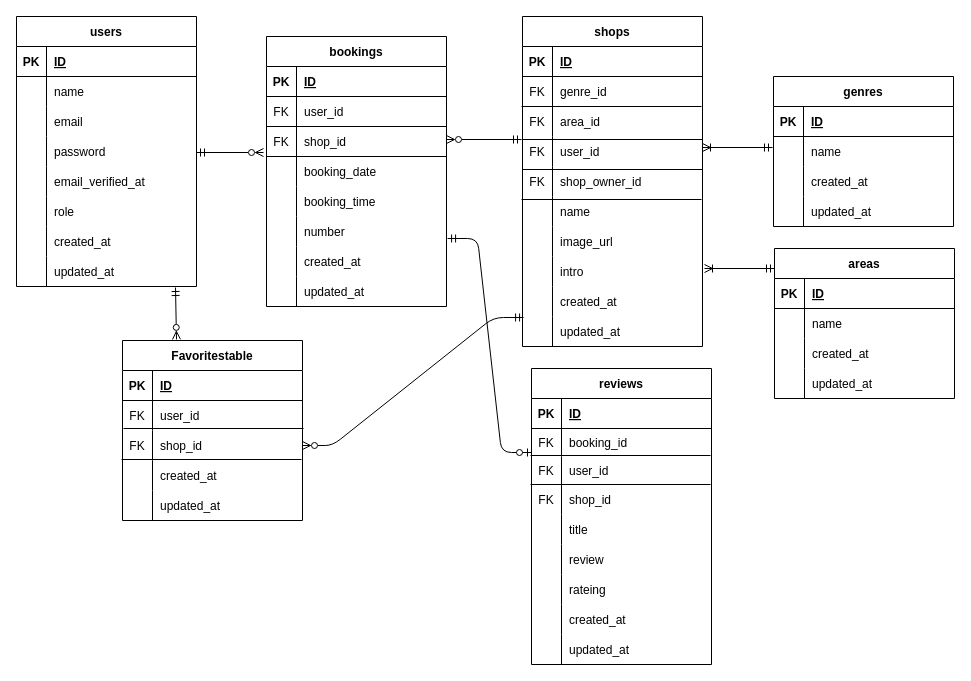
This is ER.drawio from Otsumu/Diningnavi, a draw.io file, before an edit. Source tidied: cells renumbered, new cells numbered last; positions are measured from the earlier drawing's top-left corner, leaving out a move shared by most shapes. Both pictures are drawn from the tidied source at 100%, with x=0, y=0 at pixel (16, 16).
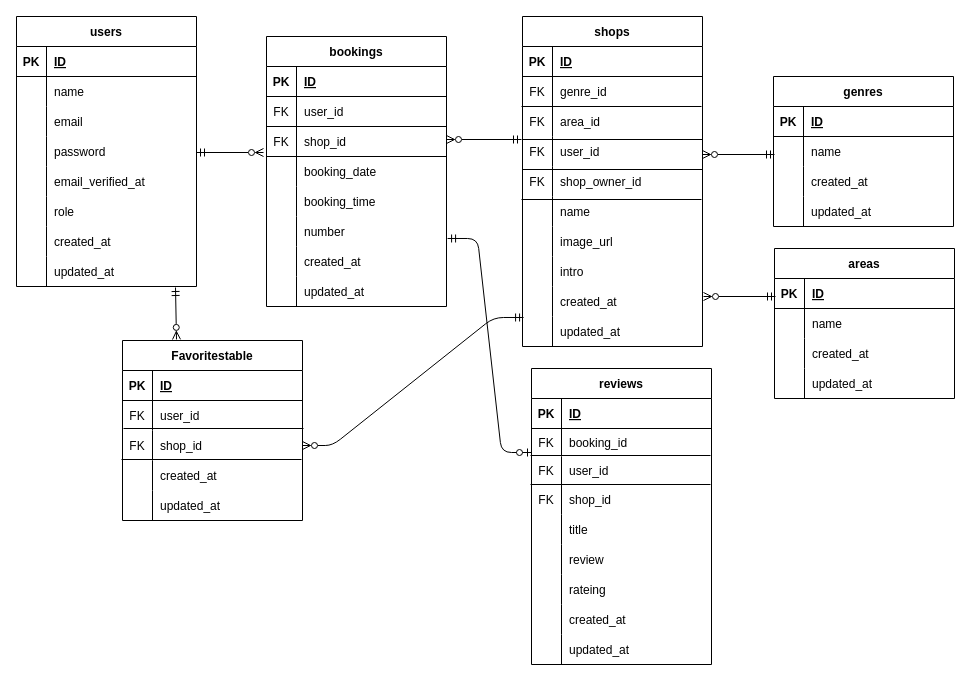
Above is the later version.

What changed in the source:
```diff
@@
-    <mxCell id="156" style="endArrow=ERmandOne;html=1;rounded=0;startArrow=ERoneToMany;startFill=0;endFill=0;" parent="1" edge="1">
-      <mxGeometry relative="1" as="geometry">
-        <mxPoint x="688" y="252" as="sourcePoint" />
-        <mxPoint x="758" y="252" as="targetPoint" />
-      </mxGeometry>
-    </mxCell>
-    <mxCell id="157" style="endArrow=ERmandOne;html=1;rounded=0;startArrow=ERoneToMany;startFill=0;endFill=0;" parent="1" edge="1">
-      <mxGeometry relative="1" as="geometry">
-        <mxPoint x="686" y="131" as="sourcePoint" />
-        <mxPoint x="756" y="131" as="targetPoint" />
-      </mxGeometry>
-    </mxCell>
@@
+    <mxCell id="171" style="endArrow=ERmandOne;html=1;rounded=0;startArrow=ERzeroToMany;startFill=0;endFill=0;" parent="1" edge="1">
+      <mxGeometry relative="1" as="geometry">
+        <mxPoint x="686" y="138" as="sourcePoint" />
+        <mxPoint x="758" y="138" as="targetPoint" />
+      </mxGeometry>
+    </mxCell>
+    <mxCell id="172" style="endArrow=ERmandOne;html=1;rounded=0;startArrow=ERzeroToMany;startFill=0;endFill=0;" parent="1" edge="1">
+      <mxGeometry relative="1" as="geometry">
+        <mxPoint x="687" y="280" as="sourcePoint" />
+        <mxPoint x="759" y="280" as="targetPoint" />
+      </mxGeometry>
+    </mxCell>
```
